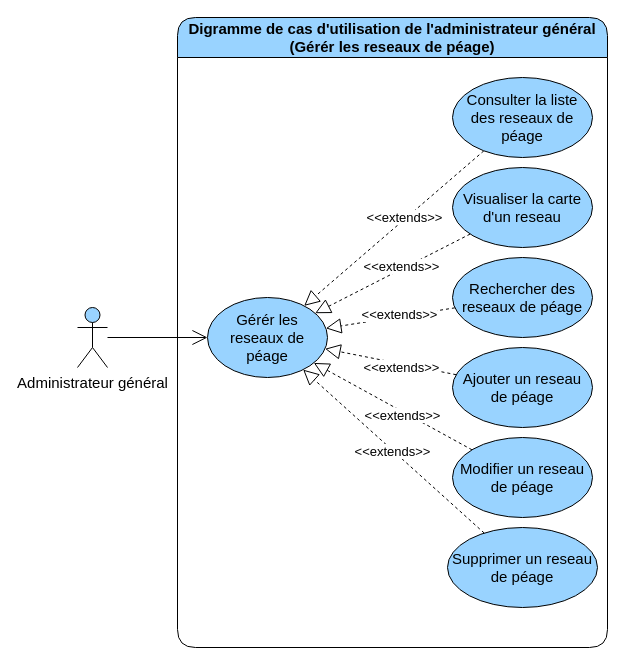
This is page "gerer les reseaux de peage" (2 of 9) of diagrams/use-case/administrateur-general.drawio from devlotfi/peage-pay, a draw.io file, before an edit. Source tidied: cells renumbered, new cells numbered last; positions are measured from the earlier drawing's top-left corner, leaving out a move shared by most shapes. Both pictures are drawn from the tidied source at 100%, with x=0, y=0 at pixel (77, 17).
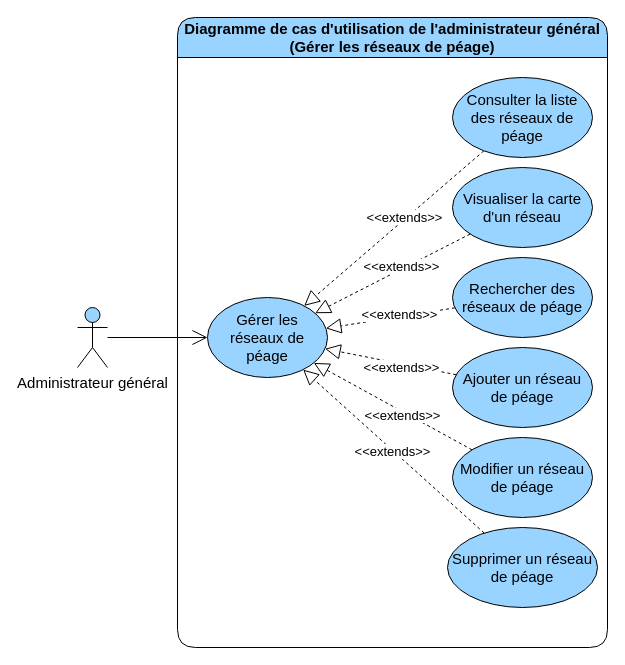
The same page after the edit.

Change to the diagram source:
```diff
@@
-    <mxCell id="2" value="Digramme de cas d'utilisation de l'administrateur général (Gérér les reseaux de péage)" style="swimlane;whiteSpace=wrap;html=1;rounded=1;fillColor=#99D3FF;fontSize=15;startSize=40;" parent="1" vertex="1">
+    <mxCell id="2" value="Diagramme de cas d'utilisation de l'administrateur général (Gérer les réseaux de péage)" style="swimlane;whiteSpace=wrap;html=1;rounded=1;fillColor=#99D3FF;fontSize=15;startSize=40;" parent="1" vertex="1">
       <mxGeometry x="100" width="430" height="630" as="geometry" />
     </mxCell>
@@
-    <mxCell id="13" value="Supprimer un reseau de péage" style="ellipse;whiteSpace=wrap;html=1;strokeColor=default;align=center;verticalAlign=middle;fontFamily=Helvetica;fontSize=15;fontColor=default;fillColor=#99D3FF;" parent="2" vertex="1">
+    <mxCell id="13" value="Supprimer un réseau de péage" style="ellipse;whiteSpace=wrap;html=1;strokeColor=default;align=center;verticalAlign=middle;fontFamily=Helvetica;fontSize=15;fontColor=default;fillColor=#99D3FF;" parent="2" vertex="1">
       <mxGeometry x="270" y="510" width="150" height="80" as="geometry" />
     </mxCell>
-    <mxCell id="14" value="Modifier un reseau de péage" style="ellipse;whiteSpace=wrap;html=1;strokeColor=default;align=center;verticalAlign=middle;fontFamily=Helvetica;fontSize=15;fontColor=default;fillColor=#99D3FF;" parent="2" vertex="1">
+    <mxCell id="14" value="Modifier un réseau de péage" style="ellipse;whiteSpace=wrap;html=1;strokeColor=default;align=center;verticalAlign=middle;fontFamily=Helvetica;fontSize=15;fontColor=default;fillColor=#99D3FF;" parent="2" vertex="1">
       <mxGeometry x="275" y="420" width="140" height="80" as="geometry" />
     </mxCell>
-    <mxCell id="15" value="Ajouter un reseau de péage" style="ellipse;whiteSpace=wrap;html=1;strokeColor=default;align=center;verticalAlign=middle;fontFamily=Helvetica;fontSize=15;fontColor=default;fillColor=#99D3FF;" parent="2" vertex="1">
+    <mxCell id="15" value="Ajouter un réseau de péage" style="ellipse;whiteSpace=wrap;html=1;strokeColor=default;align=center;verticalAlign=middle;fontFamily=Helvetica;fontSize=15;fontColor=default;fillColor=#99D3FF;" parent="2" vertex="1">
       <mxGeometry x="275" y="330" width="140" height="80" as="geometry" />
     </mxCell>
-    <mxCell id="16" value="Rechercher des reseaux de péage" style="ellipse;whiteSpace=wrap;html=1;strokeColor=default;align=center;verticalAlign=middle;fontFamily=Helvetica;fontSize=15;fontColor=default;fillColor=#99D3FF;" parent="2" vertex="1">
+    <mxCell id="16" value="Rechercher des réseaux de péage" style="ellipse;whiteSpace=wrap;html=1;strokeColor=default;align=center;verticalAlign=middle;fontFamily=Helvetica;fontSize=15;fontColor=default;fillColor=#99D3FF;" parent="2" vertex="1">
       <mxGeometry x="275" y="240" width="140" height="80" as="geometry" />
     </mxCell>
-    <mxCell id="17" value="Consulter la liste des reseaux de péage" style="ellipse;whiteSpace=wrap;html=1;strokeColor=default;align=center;verticalAlign=middle;fontFamily=Helvetica;fontSize=15;fontColor=default;fillColor=#99D3FF;" parent="2" vertex="1">
+    <mxCell id="17" value="Consulter la liste des réseaux de péage" style="ellipse;whiteSpace=wrap;html=1;strokeColor=default;align=center;verticalAlign=middle;fontFamily=Helvetica;fontSize=15;fontColor=default;fillColor=#99D3FF;" parent="2" vertex="1">
       <mxGeometry x="275" y="60" width="140" height="80" as="geometry" />
     </mxCell>
-    <mxCell id="18" value="Gérér les reseaux de péage" style="ellipse;whiteSpace=wrap;html=1;strokeColor=default;align=center;verticalAlign=middle;fontFamily=Helvetica;fontSize=15;fontColor=default;fillColor=#99D3FF;" parent="2" vertex="1">
+    <mxCell id="18" value="Gérer les réseaux de péage" style="ellipse;whiteSpace=wrap;html=1;strokeColor=default;align=center;verticalAlign=middle;fontFamily=Helvetica;fontSize=15;fontColor=default;fillColor=#99D3FF;" parent="2" vertex="1">
       <mxGeometry x="30" y="280" width="120" height="80" as="geometry" />
     </mxCell>
-    <mxCell id="19" value="Visualiser la carte d'un reseau" style="ellipse;whiteSpace=wrap;html=1;strokeColor=default;align=center;verticalAlign=middle;fontFamily=Helvetica;fontSize=15;fontColor=default;fillColor=#99D3FF;" parent="2" vertex="1">
+    <mxCell id="19" value="Visualiser la carte d'un réseau" style="ellipse;whiteSpace=wrap;html=1;strokeColor=default;align=center;verticalAlign=middle;fontFamily=Helvetica;fontSize=15;fontColor=default;fillColor=#99D3FF;" parent="2" vertex="1">
       <mxGeometry x="275" y="150" width="140" height="80" as="geometry" />
     </mxCell>
```
